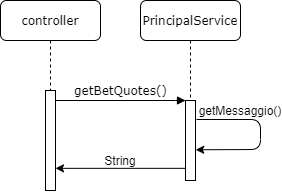
The draw.io diagram UML/getBetQuotes.png in abbru-matte/OOPproj, before a commit. Source tidied: cells renumbered, new cells last; positions are measured from the earlier drawing's top-left corner, leaving out a move shared by most shapes.
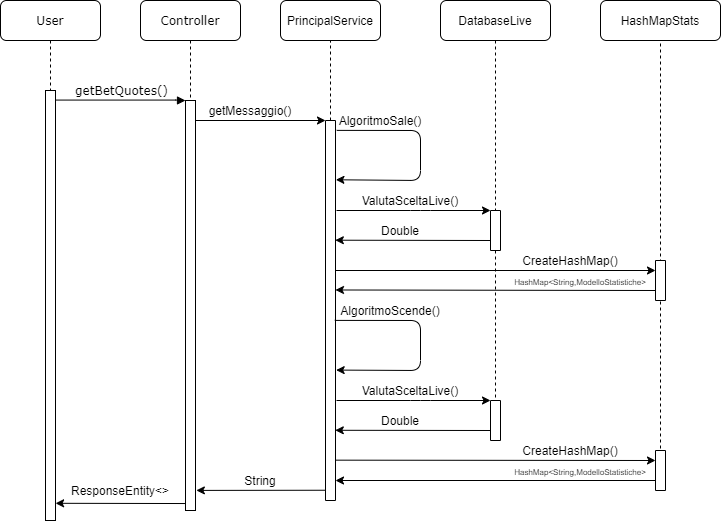
Later version of the same file.

Diff of the diagram source:
```diff
@@ -2,38 +2,161 @@
   <root>
     <mxCell id="0" />
     <mxCell id="1" parent="0" />
-    <mxCell id="2" value="PrincipalService" style="shape=umlLifeline;perimeter=lifelinePerimeter;whiteSpace=wrap;html=1;rounded=1;shadow=0;comic=0;labelBackgroundColor=none;strokeWidth=1;fontFamily=Verdana;fontSize=12;align=center;" parent="1" vertex="1">
-      <mxGeometry x="140" width="100" height="180" as="geometry" />
+    <mxCell id="2" value="Controller" style="shape=umlLifeline;perimeter=lifelinePerimeter;whiteSpace=wrap;html=1;rounded=1;shadow=0;comic=0;labelBackgroundColor=none;strokeWidth=1;fontFamily=Verdana;fontSize=12;align=center;" parent="1" vertex="1">
+      <mxGeometry x="140" width="100" height="510" as="geometry" />
     </mxCell>
     <mxCell id="3" style="html=1;points=[];perimeter=orthogonalPerimeter;rounded=0;shadow=0;comic=0;labelBackgroundColor=none;strokeWidth=1;fontFamily=Verdana;fontSize=12;align=center;" parent="2" vertex="1">
-      <mxGeometry x="45" y="100" width="10" height="80" as="geometry" />
+      <mxGeometry x="45" y="100" width="10" height="410" as="geometry" />
     </mxCell>
-    <mxCell id="4" style="endArrow=classic;html=1;entryX=1.027;entryY=0.616;entryDx=0;entryDy=0;entryPerimeter=0;" parent="2" edge="1" target="3">
-      <mxGeometry relative="1" as="geometry">
-        <mxPoint x="56" y="119" as="sourcePoint" />
-        <Array as="points">
-          <mxPoint x="120" y="119" />
-          <mxPoint x="120" y="149" />
-        </Array>
-      </mxGeometry>
-    </mxCell>
-    <mxCell id="5" value="controller" style="shape=umlLifeline;perimeter=lifelinePerimeter;whiteSpace=wrap;html=1;rounded=1;shadow=0;comic=0;labelBackgroundColor=none;strokeWidth=1;fontFamily=Verdana;fontSize=12;align=center;" parent="1" vertex="1">
-      <mxGeometry width="100" height="190" as="geometry" />
+    <mxCell id="5" value="User" style="shape=umlLifeline;perimeter=lifelinePerimeter;whiteSpace=wrap;html=1;rounded=1;shadow=0;comic=0;labelBackgroundColor=none;strokeWidth=1;fontFamily=Verdana;fontSize=12;align=center;" parent="1" vertex="1">
+      <mxGeometry width="100" height="520" as="geometry" />
     </mxCell>
     <mxCell id="6" style="html=1;points=[];perimeter=orthogonalPerimeter;rounded=0;shadow=0;comic=0;labelBackgroundColor=none;strokeWidth=1;fontFamily=Verdana;fontSize=12;align=center;" parent="5" vertex="1">
-      <mxGeometry x="45" y="90" width="10" height="100" as="geometry" />
+      <mxGeometry x="45" y="90" width="10" height="430" as="geometry" />
     </mxCell>
     <mxCell id="7" value="getBetQuotes()" style="html=1;verticalAlign=bottom;endArrow=block;entryX=0;entryY=0;labelBackgroundColor=none;fontFamily=Verdana;fontSize=12;edgeStyle=elbowEdgeStyle;elbow=vertical;" parent="1" edge="1" source="6" target="3">
       <mxGeometry relative="1" as="geometry" />
     </mxCell>
     <mxCell id="8" value="getMessaggio()" style="text;html=1;strokeColor=none;fillColor=none;align=center;verticalAlign=middle;whiteSpace=wrap;rounded=0;" parent="1" vertex="1">
-      <mxGeometry x="220" y="100" width="40" height="20" as="geometry" />
+      <mxGeometry x="230" y="100" width="40" height="20" as="geometry" />
     </mxCell>
-    <mxCell id="9" style="endArrow=classic;html=1;exitX=0.04;exitY=0.848;exitDx=0;exitDy=0;exitPerimeter=0;" parent="1" edge="1" source="3" target="6">
+    <mxCell id="9" style="endArrow=classic;html=1;exitX=-0.038;exitY=0.983;exitDx=0;exitDy=0;exitPerimeter=0;entryX=1.01;entryY=0.96;entryDx=0;entryDy=0;entryPerimeter=0;" parent="1" edge="1" source="3" target="6">
       <mxGeometry relative="1" as="geometry" />
     </mxCell>
     <mxCell id="10" value="String" style="text;html=1;strokeColor=none;fillColor=none;align=center;verticalAlign=middle;whiteSpace=wrap;rounded=0;" parent="1" vertex="1">
-      <mxGeometry x="100" y="150" width="40" height="20" as="geometry" />
+      <mxGeometry x="240" y="470" width="40" height="20" as="geometry" />
     </mxCell>
+    <mxCell id="11" value="PrincipalService" style="rounded=1;whiteSpace=wrap;html=1;" parent="1" vertex="1">
+      <mxGeometry x="280" width="100" height="40" as="geometry" />
+    </mxCell>
+    <mxCell id="12" style="endArrow=none;dashed=1;html=1;entryX=0.5;entryY=1;entryDx=0;entryDy=0;" parent="1" edge="1" source="13" target="11">
+      <mxGeometry relative="1" as="geometry" />
+    </mxCell>
+    <mxCell id="13" style="rounded=0;whiteSpace=wrap;html=1;direction=south;" parent="1" vertex="1">
+      <mxGeometry x="325" y="120" width="10" height="380" as="geometry" />
+    </mxCell>
+    <mxCell id="14" style="endArrow=classic;html=1;entryX=0;entryY=1;entryDx=0;entryDy=0;" parent="1" edge="1" source="3" target="13">
+      <mxGeometry relative="1" as="geometry" />
+    </mxCell>
+    <mxCell id="15" style="endArrow=classic;html=1;entryX=0;entryY=1;entryDx=0;entryDy=0;" parent="1" edge="1" target="22">
+      <mxGeometry relative="1" as="geometry">
+        <mxPoint x="336" y="210" as="sourcePoint" />
+        <Array as="points">
+          <mxPoint x="420" y="210" />
+        </Array>
+      </mxGeometry>
+    </mxCell>
+    <mxCell id="16" value="ValutaSceltaLive()" style="text;html=1;strokeColor=none;fillColor=none;align=center;verticalAlign=middle;whiteSpace=wrap;rounded=0;" parent="1" vertex="1">
+      <mxGeometry x="390" y="190" width="40" height="20" as="geometry" />
+    </mxCell>
+    <mxCell id="17" value="ResponseEntity&amp;lt;&amp;gt;" style="text;html=1;strokeColor=none;fillColor=none;align=center;verticalAlign=middle;whiteSpace=wrap;rounded=0;" parent="1" vertex="1">
+      <mxGeometry x="100" y="480" width="40" height="20" as="geometry" />
+    </mxCell>
+    <mxCell id="18" style="endArrow=classic;html=1;entryX=1.085;entryY=0.951;entryDx=0;entryDy=0;entryPerimeter=0;exitX=0.973;exitY=1.041;exitDx=0;exitDy=0;exitPerimeter=0;" parent="1" edge="1" source="13" target="3">
+      <mxGeometry relative="1" as="geometry" />
+    </mxCell>
+    <mxCell id="19" value="DatabaseLive" style="rounded=1;whiteSpace=wrap;html=1;" parent="1" vertex="1">
+      <mxGeometry x="440" width="110" height="40" as="geometry" />
+    </mxCell>
+    <mxCell id="20" value="HashMapStats" style="rounded=1;whiteSpace=wrap;html=1;" parent="1" vertex="1">
+      <mxGeometry x="600" width="120" height="40" as="geometry" />
+    </mxCell>
+    <mxCell id="21" style="endArrow=none;dashed=1;html=1;exitX=0.5;exitY=1;exitDx=0;exitDy=0;entryX=1;entryY=0.5;entryDx=0;entryDy=0;" parent="1" edge="1" source="19" target="35">
+      <mxGeometry relative="1" as="geometry" />
+    </mxCell>
+    <mxCell id="22" style="rounded=0;whiteSpace=wrap;html=1;direction=south;" parent="1" vertex="1">
+      <mxGeometry x="490" y="210" width="10" height="40" as="geometry" />
+    </mxCell>
+    <mxCell id="23" style="endArrow=classic;html=1;exitX=0.75;exitY=1;exitDx=0;exitDy=0;entryX=0.315;entryY=0.017;entryDx=0;entryDy=0;entryPerimeter=0;" parent="1" edge="1" source="22" target="13">
+      <mxGeometry relative="1" as="geometry" />
+    </mxCell>
+    <mxCell id="24" value="Double" style="text;html=1;strokeColor=none;fillColor=none;align=center;verticalAlign=middle;whiteSpace=wrap;rounded=0;" parent="1" vertex="1">
+      <mxGeometry x="380" y="220" width="40" height="20" as="geometry" />
+    </mxCell>
+    <mxCell id="25" style="endArrow=classic;html=1;entryX=0.25;entryY=1;entryDx=0;entryDy=0;" parent="1" edge="1" target="27">
+      <mxGeometry relative="1" as="geometry">
+        <mxPoint x="335" y="270" as="sourcePoint" />
+      </mxGeometry>
+    </mxCell>
+    <mxCell id="26" style="endArrow=none;dashed=1;html=1;entryX=0.5;entryY=1;entryDx=0;entryDy=0;exitX=1;exitY=0.5;exitDx=0;exitDy=0;" parent="1" edge="1" source="39" target="20">
+      <mxGeometry relative="1" as="geometry" />
+    </mxCell>
+    <mxCell id="27" style="rounded=0;whiteSpace=wrap;html=1;direction=south;" parent="1" vertex="1">
+      <mxGeometry x="655" y="260" width="10" height="40" as="geometry" />
+    </mxCell>
+    <mxCell id="28" value="CreateHashMap()" style="text;html=1;strokeColor=none;fillColor=none;align=center;verticalAlign=middle;whiteSpace=wrap;rounded=0;" parent="1" vertex="1">
+      <mxGeometry x="550" y="250" width="40" height="20" as="geometry" />
+    </mxCell>
+    <mxCell id="29" style="endArrow=classic;html=1;exitX=0.75;exitY=1;exitDx=0;exitDy=0;entryX=0.446;entryY=0;entryDx=0;entryDy=0;entryPerimeter=0;" parent="1" edge="1" source="27" target="13">
+      <mxGeometry relative="1" as="geometry" />
+    </mxCell>
+    <mxCell id="30" value="&lt;font style=&quot;font-size: 8px&quot;&gt;HashMap&amp;lt;String,ModelloStatistiche&amp;gt;&lt;/font&gt;" style="text;html=1;strokeColor=none;fillColor=none;align=center;verticalAlign=middle;whiteSpace=wrap;rounded=0;" parent="1" vertex="1">
+      <mxGeometry x="560" y="270" width="40" height="20" as="geometry" />
+    </mxCell>
+    <mxCell id="31" style="endArrow=classic;html=1;exitX=0.026;exitY=-0.122;exitDx=0;exitDy=0;exitPerimeter=0;entryX=0.156;entryY=-0.039;entryDx=0;entryDy=0;entryPerimeter=0;" parent="1" edge="1" source="13" target="13">
+      <mxGeometry relative="1" as="geometry">
+        <Array as="points">
+          <mxPoint x="420" y="130" />
+          <mxPoint x="420" y="180" />
+        </Array>
+      </mxGeometry>
+    </mxCell>
+    <mxCell id="32" value="AlgoritmoSale()" style="text;html=1;strokeColor=none;fillColor=none;align=center;verticalAlign=middle;whiteSpace=wrap;rounded=0;" parent="1" vertex="1">
+      <mxGeometry x="360" y="110" width="40" height="20" as="geometry" />
+    </mxCell>
+    <mxCell id="33" style="endArrow=classic;html=1;entryX=0;entryY=1;entryDx=0;entryDy=0;" parent="1" edge="1" target="35">
+      <mxGeometry relative="1" as="geometry">
+        <mxPoint x="336" y="400" as="sourcePoint" />
+        <Array as="points">
+          <mxPoint x="420" y="400" />
+        </Array>
+      </mxGeometry>
+    </mxCell>
+    <mxCell id="34" value="ValutaSceltaLive()" style="text;html=1;strokeColor=none;fillColor=none;align=center;verticalAlign=middle;whiteSpace=wrap;rounded=0;" parent="1" vertex="1">
+      <mxGeometry x="390" y="380" width="40" height="20" as="geometry" />
+    </mxCell>
+    <mxCell id="35" style="rounded=0;whiteSpace=wrap;html=1;direction=south;" parent="1" vertex="1">
+      <mxGeometry x="490" y="400" width="10" height="40" as="geometry" />
+    </mxCell>
+    <mxCell id="36" style="endArrow=classic;html=1;exitX=0.75;exitY=1;exitDx=0;exitDy=0;entryX=0.221;entryY=0.021;entryDx=0;entryDy=0;entryPerimeter=0;" parent="1" edge="1" source="35">
+      <mxGeometry relative="1" as="geometry">
+        <mxPoint x="334.8" y="429.8" as="targetPoint" />
+      </mxGeometry>
+    </mxCell>
+    <mxCell id="37" value="Double" style="text;html=1;strokeColor=none;fillColor=none;align=center;verticalAlign=middle;whiteSpace=wrap;rounded=0;" parent="1" vertex="1">
+      <mxGeometry x="380" y="410" width="40" height="20" as="geometry" />
+    </mxCell>
+    <mxCell id="38" style="endArrow=classic;html=1;entryX=0.25;entryY=1;entryDx=0;entryDy=0;exitX=0.387;exitY=-0.016;exitDx=0;exitDy=0;exitPerimeter=0;" parent="1" edge="1" target="39">
+      <mxGeometry relative="1" as="geometry">
+        <mxPoint x="335.2" y="459.7" as="sourcePoint" />
+      </mxGeometry>
+    </mxCell>
+    <mxCell id="39" style="rounded=0;whiteSpace=wrap;html=1;direction=south;" parent="1" vertex="1">
+      <mxGeometry x="655" y="450" width="10" height="40" as="geometry" />
+    </mxCell>
+    <mxCell id="40" value="CreateHashMap()" style="text;html=1;strokeColor=none;fillColor=none;align=center;verticalAlign=middle;whiteSpace=wrap;rounded=0;" parent="1" vertex="1">
+      <mxGeometry x="550" y="440" width="40" height="20" as="geometry" />
+    </mxCell>
+    <mxCell id="41" style="endArrow=classic;html=1;exitX=0.75;exitY=1;exitDx=0;exitDy=0;entryX=0.5;entryY=0;entryDx=0;entryDy=0;" parent="1" edge="1" source="39">
+      <mxGeometry relative="1" as="geometry">
+        <mxPoint x="335" y="480" as="targetPoint" />
+      </mxGeometry>
+    </mxCell>
+    <mxCell id="42" value="&lt;font style=&quot;font-size: 8px&quot;&gt;HashMap&amp;lt;String,ModelloStatistiche&amp;gt;&lt;/font&gt;" style="text;html=1;strokeColor=none;fillColor=none;align=center;verticalAlign=middle;whiteSpace=wrap;rounded=0;" parent="1" vertex="1">
+      <mxGeometry x="560" y="460" width="40" height="20" as="geometry" />
+    </mxCell>
+    <mxCell id="43" style="endArrow=classic;html=1;exitX=0.055;exitY=0.072;exitDx=0;exitDy=0;exitPerimeter=0;entryX=0.331;entryY=-0.067;entryDx=0;entryDy=0;entryPerimeter=0;" parent="1" edge="1">
+      <mxGeometry relative="1" as="geometry">
+        <mxPoint x="334.3" y="319.9" as="sourcePoint" />
+        <mxPoint x="335.7" y="369.6" as="targetPoint" />
+        <Array as="points">
+          <mxPoint x="420" y="320" />
+          <mxPoint x="420" y="370" />
+        </Array>
+      </mxGeometry>
+    </mxCell>
+    <mxCell id="44" value="AlgoritmoScende()" style="text;html=1;strokeColor=none;fillColor=none;align=center;verticalAlign=middle;whiteSpace=wrap;rounded=0;" parent="1" vertex="1">
+      <mxGeometry x="370" y="300" width="40" height="20" as="geometry" />
+    </mxCell>
   </root>
 </mxGraphModel>
```
